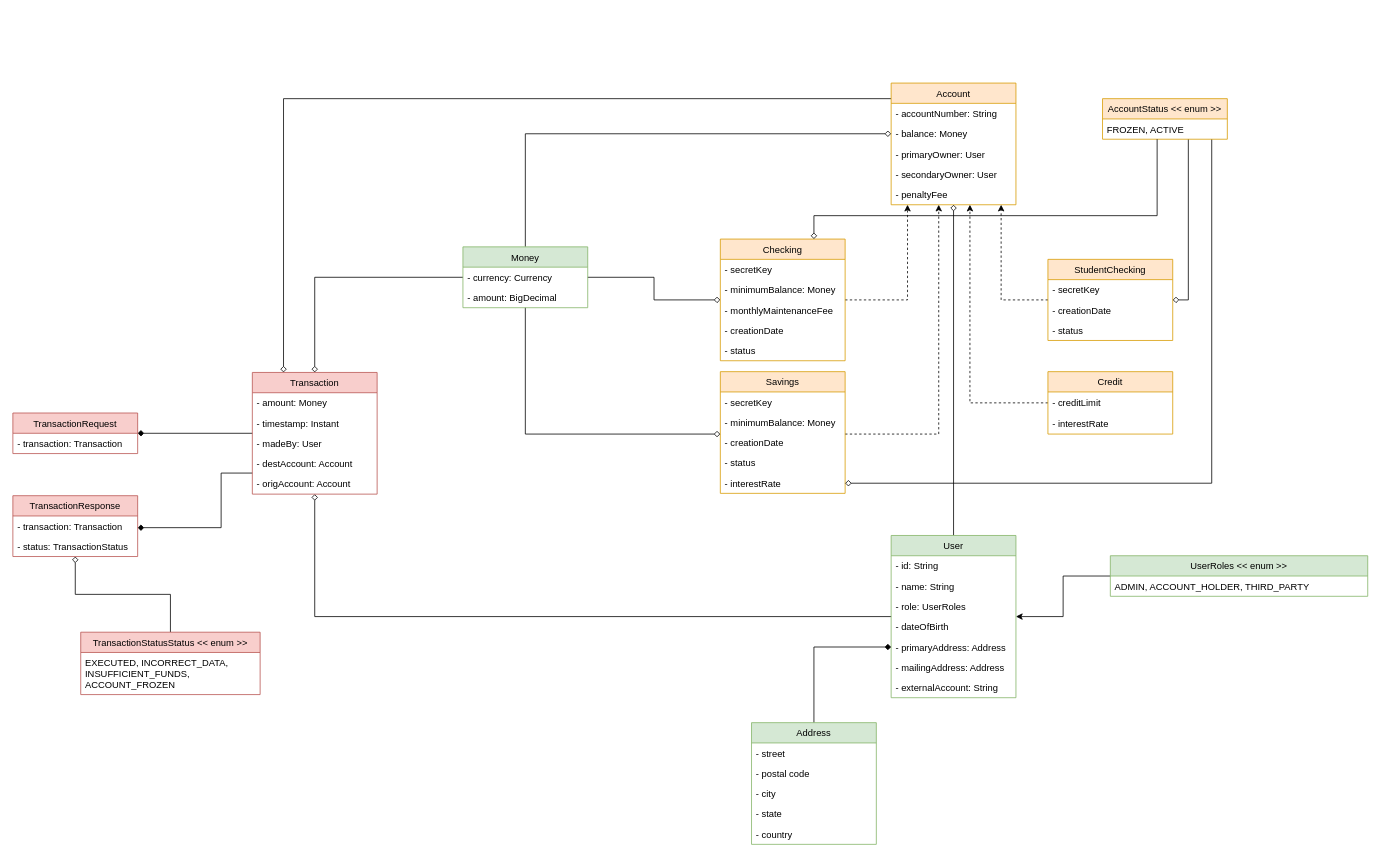
Earlier version of the draw.io diagram docs/ironbank-classes.drawio (J3-PT-Java-Bootcamp/alejandroarraiza-ironbank). Source tidied: cells renumbered, new cells numbered last; positions are measured from the earlier drawing's top-left corner, leaving out a move shared by most shapes. Both pictures are drawn from the tidied source at 78%, with x=0, y=0 at pixel (12, 83).
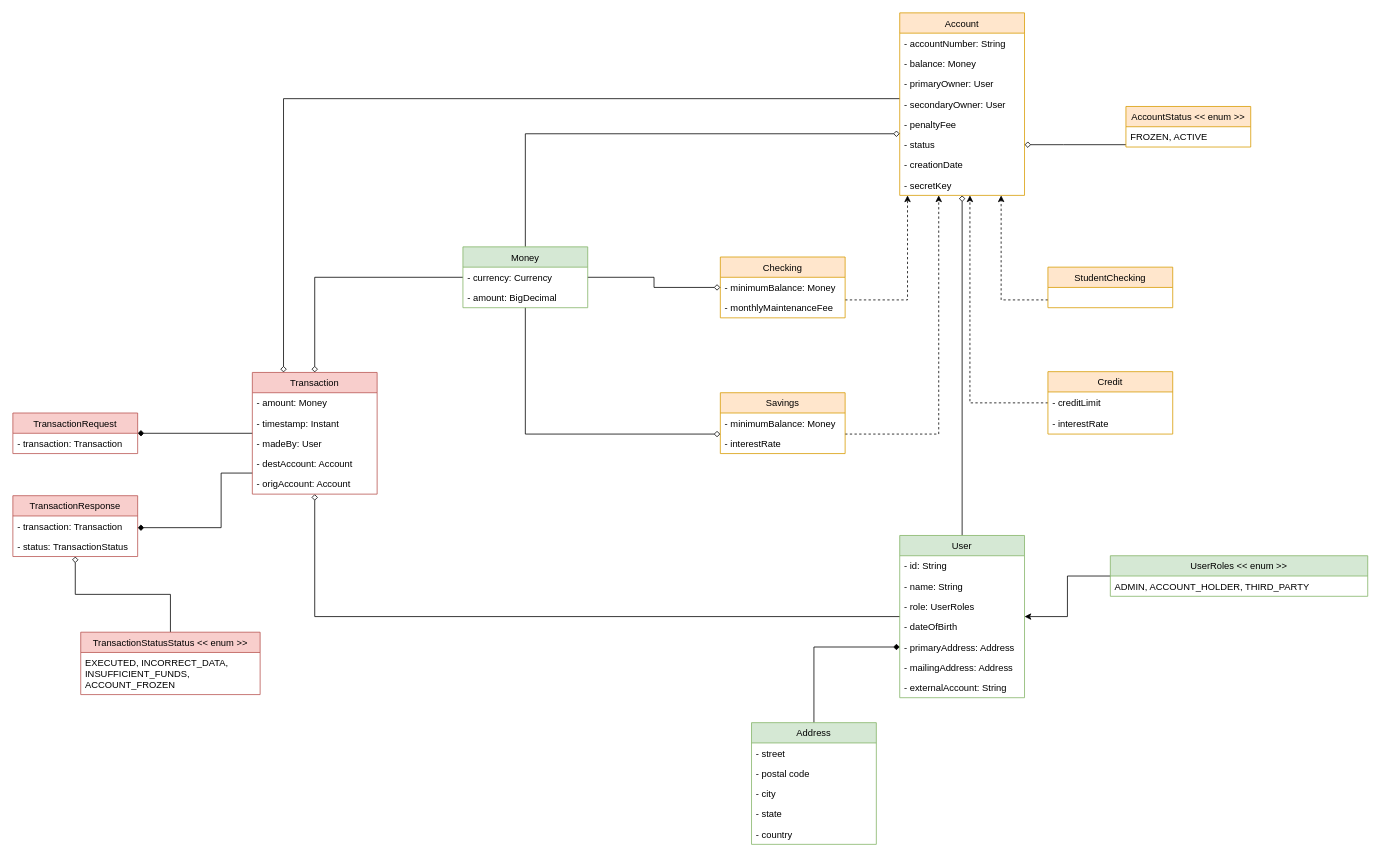
Above is the later version.

Unchanged cells that the change refers to:
```xml
<mxCell id="67" value="FROZEN, ACTIVE" style="text;strokeColor=none;fillColor=none;align=left;verticalAlign=top;spacingLeft=4;spacingRight=4;overflow=hidden;points=[[0,0.5],[1,0.5]];portConstraint=eastwest;" parent="66" vertex="1">
  <mxGeometry y="26" width="160" height="26" as="geometry" />
</mxCell>
```

What changed in the source:
```diff
@@
     <mxCell id="3" value="Checking" style="swimlane;fontStyle=0;horizontal=1;startSize=26;fillColor=#ffe6cc;strokeColor=#d79b00;" parent="1" vertex="1">
-      <mxGeometry x="907" y="200" width="160" height="156" as="geometry" />
+      <mxGeometry x="907" y="223" width="160" height="78" as="geometry" />
     </mxCell>
-    <mxCell id="4" value="- secretKey" style="text;strokeColor=none;fillColor=none;align=left;verticalAlign=top;spacingLeft=4;spacingRight=4;overflow=hidden;" parent="3" vertex="1">
-      <mxGeometry y="26" width="160" height="26" as="geometry" />
-    </mxCell>
     <mxCell id="5" value="- minimumBalance: Money" style="text;strokeColor=none;fillColor=none;align=left;verticalAlign=top;spacingLeft=4;spacingRight=4;overflow=hidden;" parent="3" vertex="1">
-      <mxGeometry y="52" width="160" height="26" as="geometry" />
+      <mxGeometry y="26" width="160" height="26" as="geometry" />
     </mxCell>
     <mxCell id="6" value="- monthlyMaintenanceFee" style="text;strokeColor=none;fillColor=none;align=left;verticalAlign=top;spacingLeft=4;spacingRight=4;overflow=hidden;" parent="3" vertex="1">
-      <mxGeometry y="78" width="160" height="26" as="geometry" />
+      <mxGeometry y="52" width="160" height="26" as="geometry" />
     </mxCell>
-    <mxCell id="7" value="- creationDate" style="text;strokeColor=none;fillColor=none;align=left;verticalAlign=top;spacingLeft=4;spacingRight=4;overflow=hidden;" parent="3" vertex="1">
-      <mxGeometry y="104" width="160" height="26" as="geometry" />
-    </mxCell>
-    <mxCell id="8" value="- status" style="text;strokeColor=none;fillColor=none;align=left;verticalAlign=top;spacingLeft=4;spacingRight=4;overflow=hidden;points=[[0,0.5],[1,0.5]];portConstraint=eastwest;" parent="3" vertex="1">
-      <mxGeometry y="130" width="160" height="26" as="geometry" />
-    </mxCell>
@@
     <mxCell id="10" value="StudentChecking" style="swimlane;fontStyle=0;horizontal=1;startSize=26;fillColor=#ffe6cc;strokeColor=#d79b00;" parent="1" vertex="1">
-      <mxGeometry x="1327" y="226" width="160" height="104" as="geometry" />
+      <mxGeometry x="1327" y="236" width="160" height="52" as="geometry" />
     </mxCell>
-    <mxCell id="11" value="- secretKey" style="text;strokeColor=none;fillColor=none;align=left;verticalAlign=top;spacingLeft=4;spacingRight=4;overflow=hidden;" parent="10" vertex="1">
-      <mxGeometry y="26" width="160" height="26" as="geometry" />
-    </mxCell>
-    <mxCell id="12" value="- creationDate" style="text;strokeColor=none;fillColor=none;align=left;verticalAlign=top;spacingLeft=4;spacingRight=4;overflow=hidden;" parent="10" vertex="1">
-      <mxGeometry y="52" width="160" height="26" as="geometry" />
-    </mxCell>
-    <mxCell id="13" value="- status" style="text;strokeColor=none;fillColor=none;align=left;verticalAlign=top;spacingLeft=4;spacingRight=4;overflow=hidden;" parent="10" vertex="1">
-      <mxGeometry y="78" width="160" height="26" as="geometry" />
-    </mxCell>
@@
     <mxCell id="15" value="Savings" style="swimlane;fontStyle=0;horizontal=1;startSize=26;fillColor=#ffe6cc;strokeColor=#d79b00;" parent="1" vertex="1">
-      <mxGeometry x="907" y="370" width="160" height="156" as="geometry" />
+      <mxGeometry x="907" y="397" width="160" height="78" as="geometry" />
     </mxCell>
-    <mxCell id="16" value="- secretKey" style="text;strokeColor=none;fillColor=none;align=left;verticalAlign=top;spacingLeft=4;spacingRight=4;overflow=hidden;" parent="15" vertex="1">
-      <mxGeometry y="26" width="160" height="26" as="geometry" />
-    </mxCell>
     <mxCell id="17" value="- minimumBalance: Money" style="text;strokeColor=none;fillColor=none;align=left;verticalAlign=top;spacingLeft=4;spacingRight=4;overflow=hidden;" parent="15" vertex="1">
-      <mxGeometry y="52" width="160" height="26" as="geometry" />
+      <mxGeometry y="26" width="160" height="26" as="geometry" />
     </mxCell>
-    <mxCell id="18" value="- creationDate" style="text;strokeColor=none;fillColor=none;align=left;verticalAlign=top;spacingLeft=4;spacingRight=4;overflow=hidden;" parent="15" vertex="1">
-      <mxGeometry y="78" width="160" height="26" as="geometry" />
-    </mxCell>
-    <mxCell id="19" value="- status" style="text;strokeColor=none;fillColor=none;align=left;verticalAlign=top;spacingLeft=4;spacingRight=4;overflow=hidden;" parent="15" vertex="1">
-      <mxGeometry y="104" width="160" height="26" as="geometry" />
-    </mxCell>
     <mxCell id="20" value="- interestRate" style="text;strokeColor=none;fillColor=none;align=left;verticalAlign=top;spacingLeft=4;spacingRight=4;overflow=hidden;points=[[0,0.5],[1,0.5]];portConstraint=eastwest;" parent="15" vertex="1">
-      <mxGeometry y="130" width="160" height="26" as="geometry" />
+      <mxGeometry y="52" width="160" height="26" as="geometry" />
     </mxCell>
@@
     <mxCell id="26" value="Account" style="swimlane;fontStyle=0;horizontal=1;startSize=26;fillColor=#ffe6cc;strokeColor=#d79b00;" parent="1" vertex="1">
-      <mxGeometry x="1126" width="160" height="156" as="geometry" />
+      <mxGeometry x="1137" y="-90" width="160" height="234" as="geometry" />
     </mxCell>
@@
+    <mxCell id="8" value="- status" style="text;strokeColor=none;fillColor=none;align=left;verticalAlign=top;spacingLeft=4;spacingRight=4;overflow=hidden;points=[[0,0.5],[1,0.5]];portConstraint=eastwest;" parent="26" vertex="1">
+      <mxGeometry y="156" width="160" height="26" as="geometry" />
+    </mxCell>
+    <mxCell id="7" value="- creationDate" style="text;strokeColor=none;fillColor=none;align=left;verticalAlign=top;spacingLeft=4;spacingRight=4;overflow=hidden;" parent="26" vertex="1">
+      <mxGeometry y="182" width="160" height="26" as="geometry" />
+    </mxCell>
+    <mxCell id="4" value="- secretKey" style="text;strokeColor=none;fillColor=none;align=left;verticalAlign=top;spacingLeft=4;spacingRight=4;overflow=hidden;" parent="26" vertex="1">
+      <mxGeometry y="208" width="160" height="26" as="geometry" />
+    </mxCell>
@@
     <mxCell id="34" value="User" style="swimlane;fontStyle=0;horizontal=1;startSize=26;fillColor=#d5e8d4;strokeColor=#82b366;" parent="1" vertex="1">
-      <mxGeometry x="1126" y="580" width="160" height="208" as="geometry" />
+      <mxGeometry x="1137" y="580" width="160" height="208" as="geometry" />
     </mxCell>
@@
-    <mxCell id="64" style="edgeStyle=orthogonalEdgeStyle;rounded=0;jettySize=auto;html=1;entryX=1;entryY=0.5;entryDx=0;entryDy=0;endArrow=diamond;endFill=0;" parent="1" edge="1" source="66" target="20">
-      <mxGeometry relative="1" as="geometry">
-        <Array as="points">
-          <mxPoint x="1537" y="513" />
-        </Array>
-      </mxGeometry>
-    </mxCell>
-    <mxCell id="65" style="edgeStyle=orthogonalEdgeStyle;rounded=0;jettySize=auto;html=1;endArrow=diamond;endFill=0;" parent="1" edge="1" source="66" target="10">
+    <mxCell id="65" style="edgeStyle=orthogonalEdgeStyle;rounded=0;jettySize=auto;html=1;endArrow=diamond;endFill=0;entryX=1;entryY=0.5;entryDx=0;entryDy=0;" parent="1" edge="1" source="66" target="8">
       <mxGeometry relative="1" as="geometry">
         <Array as="points">
-          <mxPoint x="1507" y="278" />
+          <mxPoint x="1347" y="79" />
+          <mxPoint x="1347" y="79" />
         </Array>
       </mxGeometry>
     </mxCell>
     <mxCell id="66" value="AccountStatus &lt;&lt; enum &gt;&gt;" style="swimlane;fontStyle=0;horizontal=1;startSize=26;fillColor=#ffe6cc;strokeColor=#d79b00;" parent="1" vertex="1">
-      <mxGeometry x="1397" y="20" width="160" height="52" as="geometry" />
+      <mxGeometry x="1427" y="30" width="160" height="52" as="geometry" />
     </mxCell>
@@
-    <mxCell id="68" style="edgeStyle=orthogonalEdgeStyle;rounded=0;jettySize=auto;html=1;entryX=0.75;entryY=0;entryDx=0;entryDy=0;endArrow=diamond;endFill=0;" parent="1" edge="1" source="67" target="3">
-      <mxGeometry relative="1" as="geometry">
-        <Array as="points">
-          <mxPoint x="1467" y="170" />
-          <mxPoint x="1027" y="170" />
-        </Array>
-      </mxGeometry>
-    </mxCell>
```
